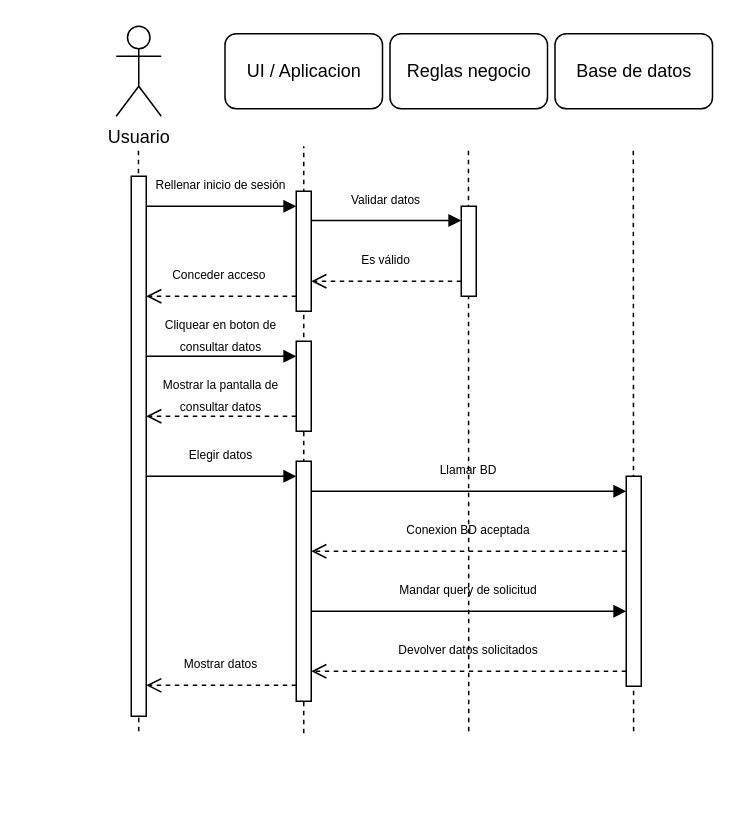
Earlier version of the draw.io diagram Entornos/Diagrama_Secuencia_ConsultaDeDatos.drawio (JVilluendas/Proyecto_jGYM). Source tidied: cells renumbered, new cells numbered last; positions are measured from the earlier drawing's top-left corner, leaving out a move shared by most shapes. Both pictures are drawn from the tidied source at 150%, with x=0, y=0 at pixel (116, 26).
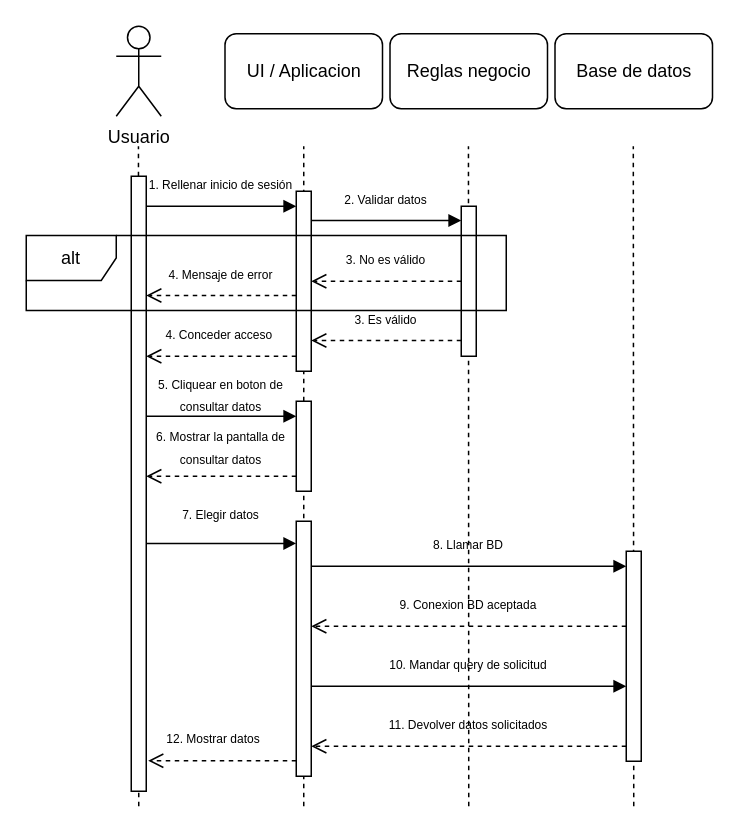
Above is the later version.

Commit message (it also covers changes not shown here):
actualizacion final xfa

What changed in the source:
```diff
@@
+    <mxCell id="40" style="endArrow=none;dashed=1;html=1;rounded=0;" parent="1" edge="1" target="12">
+      <mxGeometry relative="1" as="geometry">
+        <mxPoint x="125" y="520" as="sourcePoint" />
+      </mxGeometry>
+    </mxCell>
     <mxCell id="2" style="endArrow=none;dashed=1;html=1;rounded=0;strokeWidth=1;endSize=6;jumpSize=6;" parent="1" edge="1">
       <mxGeometry relative="1" as="geometry">
-        <mxPoint x="344.9" y="470" as="sourcePoint" />
+        <mxPoint x="345" y="520" as="sourcePoint" />
         <mxPoint x="344.7" y="80" as="targetPoint" />
       </mxGeometry>
     </mxCell>
     <mxCell id="3" style="endArrow=none;dashed=1;html=1;rounded=0;strokeWidth=1;endSize=6;jumpSize=6;" parent="1" edge="1">
       <mxGeometry relative="1" as="geometry">
-        <mxPoint x="235" y="470" as="sourcePoint" />
+        <mxPoint x="235" y="520" as="sourcePoint" />
         <mxPoint x="234.8" y="80" as="targetPoint" />
       </mxGeometry>
     </mxCell>
     <mxCell id="4" style="endArrow=none;dashed=1;html=1;rounded=0;" parent="1" edge="1">
       <mxGeometry relative="1" as="geometry">
-        <mxPoint x="15" y="470" as="sourcePoint" />
+        <mxPoint x="15" y="520" as="sourcePoint" />
         <mxPoint x="14.8" y="80" as="targetPoint" />
       </mxGeometry>
     </mxCell>
-    <mxCell id="5" style="endArrow=none;dashed=1;html=1;rounded=0;" parent="1" edge="1">
+    <mxCell id="5" style="endArrow=none;dashed=1;html=1;rounded=0;" parent="1" edge="1" source="12">
       <mxGeometry relative="1" as="geometry">
-        <mxPoint x="125" y="471.4" as="sourcePoint" />
         <mxPoint x="125" y="80" as="targetPoint" />
       </mxGeometry>
     </mxCell>
@@
     <mxCell id="7" style="html=1;points=[[0,0,0,0,5],[0,1,0,0,-5],[1,0,0,0,5],[1,1,0,0,-5]];perimeter=orthogonalPerimeter;outlineConnect=0;targetShapes=umlLifeline;portConstraint=eastwest;newEdgeStyle={&quot;curved&quot;:0,&quot;rounded&quot;:0};" parent="1" vertex="1">
-      <mxGeometry x="10" y="100" width="10" height="360" as="geometry" />
+      <mxGeometry x="10" y="100" width="10" height="410" as="geometry" />
     </mxCell>
     <mxCell id="8" style="html=1;perimeter=orthogonalPerimeter;targetShapes=umlLifeline;newEdgeStyle={&quot;curved&quot;:0,&quot;rounded&quot;:0};" parent="1" vertex="1">
-      <mxGeometry x="120" y="110" width="10" height="80" as="geometry" />
+      <mxGeometry x="120" y="110" width="10" height="120" as="geometry" />
     </mxCell>
@@
     <mxCell id="10" style="html=1;perimeter=orthogonalPerimeter;targetShapes=umlLifeline;newEdgeStyle={&quot;curved&quot;:0,&quot;rounded&quot;:0};" parent="1" vertex="1">
-      <mxGeometry x="230" y="120" width="10" height="60" as="geometry" />
+      <mxGeometry x="230" y="120" width="10" height="100" as="geometry" />
     </mxCell>
@@
-    <mxCell id="12" style="html=1;points=[[0,0,0,0,5],[0,1,0,0,-5],[1,0,0,0,5],[1,1,0,0,-5]];perimeter=orthogonalPerimeter;outlineConnect=0;targetShapes=umlLifeline;portConstraint=eastwest;newEdgeStyle={&quot;curved&quot;:0,&quot;rounded&quot;:0};" parent="1" vertex="1">
-      <mxGeometry x="120" y="210" width="10" height="60" as="geometry" />
-    </mxCell>
     <mxCell id="13" style="endArrow=block;endFill=1;html=1;edgeStyle=orthogonalEdgeStyle;align=left;verticalAlign=top;rounded=0;" parent="1" edge="1">
       <mxGeometry x="-1" relative="1" as="geometry">
-        <mxPoint x="20" y="220" as="sourcePoint" />
-        <mxPoint x="120" y="220" as="targetPoint" />
+        <mxPoint x="20" y="260" as="sourcePoint" />
+        <mxPoint x="120" y="260" as="targetPoint" />
       </mxGeometry>
     </mxCell>
     <mxCell id="14" style="endArrow=block;endFill=1;html=1;edgeStyle=orthogonalEdgeStyle;align=left;verticalAlign=top;rounded=0;" parent="1" edge="1">
       <mxGeometry x="-1" relative="1" as="geometry">
-        <mxPoint x="20" y="300" as="sourcePoint" />
-        <mxPoint x="120" y="300" as="targetPoint" />
+        <mxPoint x="20" y="344.8" as="sourcePoint" />
+        <mxPoint x="120" y="344.8" as="targetPoint" />
       </mxGeometry>
     </mxCell>
     <mxCell id="15" style="html=1;points=[[0,0,0,0,5],[0,1,0,0,-5],[1,0,0,0,5],[1,1,0,0,-5]];perimeter=orthogonalPerimeter;outlineConnect=0;targetShapes=umlLifeline;portConstraint=eastwest;newEdgeStyle={&quot;curved&quot;:0,&quot;rounded&quot;:0};" parent="1" vertex="1">
-      <mxGeometry x="120" y="290" width="10" height="160" as="geometry" />
+      <mxGeometry x="120" y="330" width="10" height="170" as="geometry" />
     </mxCell>
     <mxCell id="16" style="html=1;points=[[0,0,0,0,5],[0,1,0,0,-5],[1,0,0,0,5],[1,1,0,0,-5]];perimeter=orthogonalPerimeter;outlineConnect=0;targetShapes=umlLifeline;portConstraint=eastwest;newEdgeStyle={&quot;curved&quot;:0,&quot;rounded&quot;:0};" parent="1" vertex="1">
-      <mxGeometry x="340" y="300" width="10" height="140" as="geometry" />
+      <mxGeometry x="340" y="350" width="10" height="140" as="geometry" />
     </mxCell>
     <mxCell id="17" style="endArrow=block;endFill=1;html=1;edgeStyle=orthogonalEdgeStyle;align=left;verticalAlign=top;rounded=0;" parent="1" edge="1">
       <mxGeometry x="-1" relative="1" as="geometry">
-        <mxPoint x="130" y="310" as="sourcePoint" />
-        <mxPoint x="340" y="310" as="targetPoint" />
+        <mxPoint x="130" y="360" as="sourcePoint" />
+        <mxPoint x="340" y="360" as="targetPoint" />
       </mxGeometry>
     </mxCell>
     <mxCell id="18" style="endArrow=block;endFill=1;html=1;edgeStyle=orthogonalEdgeStyle;align=left;verticalAlign=top;rounded=0;" parent="1" edge="1">
       <mxGeometry x="-1" relative="1" as="geometry">
-        <mxPoint x="130" y="390" as="sourcePoint" />
-        <mxPoint x="340" y="390" as="targetPoint" />
+        <mxPoint x="130" y="440" as="sourcePoint" />
+        <mxPoint x="340" y="440" as="targetPoint" />
       </mxGeometry>
     </mxCell>
-    <mxCell id="19" style="html=1;verticalAlign=bottom;endArrow=open;dashed=1;endSize=8;curved=0;rounded=0;" parent="1" edge="1" target="7">
+    <mxCell id="19" style="html=1;verticalAlign=bottom;endArrow=open;dashed=1;endSize=8;curved=0;rounded=0;" parent="1" edge="1">
       <mxGeometry relative="1" as="geometry">
-        <mxPoint x="120" y="180" as="sourcePoint" />
+        <mxPoint x="120" y="220" as="sourcePoint" />
+        <mxPoint x="20" y="220" as="targetPoint" />
       </mxGeometry>
     </mxCell>
@@
     <mxCell id="21" style="html=1;verticalAlign=bottom;endArrow=open;dashed=1;endSize=8;curved=0;rounded=0;" parent="1" edge="1">
       <mxGeometry relative="1" as="geometry">
-        <mxPoint x="120" y="260" as="sourcePoint" />
-        <mxPoint x="20" y="260" as="targetPoint" />
+        <mxPoint x="120" y="300" as="sourcePoint" />
+        <mxPoint x="20" y="300" as="targetPoint" />
       </mxGeometry>
     </mxCell>
     <mxCell id="22" style="html=1;verticalAlign=bottom;endArrow=open;dashed=1;endSize=8;curved=0;rounded=0;" parent="1" edge="1" source="16">
       <mxGeometry relative="1" as="geometry">
-        <mxPoint x="130" y="350" as="targetPoint" />
+        <mxPoint x="130" y="400" as="targetPoint" />
       </mxGeometry>
     </mxCell>
     <mxCell id="23" style="html=1;verticalAlign=bottom;endArrow=open;dashed=1;endSize=8;curved=0;rounded=0;" parent="1" edge="1">
       <mxGeometry relative="1" as="geometry">
-        <mxPoint x="340" y="430" as="sourcePoint" />
-        <mxPoint x="130" y="430" as="targetPoint" />
+        <mxPoint x="340" y="480" as="sourcePoint" />
+        <mxPoint x="130" y="480" as="targetPoint" />
       </mxGeometry>
     </mxCell>
-    <mxCell id="24" style="html=1;verticalAlign=bottom;endArrow=open;dashed=1;endSize=8;curved=0;rounded=0;" parent="1" edge="1">
-      <mxGeometry relative="1" as="geometry">
-        <mxPoint x="120" y="439.4" as="sourcePoint" />
-        <mxPoint x="20" y="439.4" as="targetPoint" />
-      </mxGeometry>
+    <mxCell id="24" style="html=1;verticalAlign=bottom;endArrow=open;dashed=1;endSize=8;curved=0;rounded=0;entryX=0.063;entryY=1.008;entryDx=0;entryDy=0;entryPerimeter=0;" parent="1" edge="1" source="15" target="36">
+      <mxGeometry relative="1" as="geometry" />
     </mxCell>
-    <mxCell id="25" value="&lt;font style=&quot;font-size: 8px;&quot;&gt;Rellenar inicio de sesión&lt;/font&gt;" style="text;html=1;align=center;verticalAlign=middle;whiteSpace=wrap;rounded=0;" parent="1" vertex="1">
+    <mxCell id="25" value="&lt;font style=&quot;font-size: 8px;&quot;&gt;1. Rellenar inicio de sesión&lt;/font&gt;" style="text;html=1;align=center;verticalAlign=middle;whiteSpace=wrap;rounded=0;" parent="1" vertex="1">
       <mxGeometry x="20" y="90" width="100" height="30" as="geometry" />
     </mxCell>
-    <mxCell id="26" value="&lt;font style=&quot;font-size: 8px;&quot;&gt;Validar datos&lt;/font&gt;" style="text;html=1;align=center;verticalAlign=middle;whiteSpace=wrap;rounded=0;" parent="1" vertex="1">
+    <mxCell id="26" value="&lt;font style=&quot;font-size: 8px;&quot;&gt;2. Validar datos&lt;/font&gt;" style="text;html=1;align=center;verticalAlign=middle;whiteSpace=wrap;rounded=0;" parent="1" vertex="1">
       <mxGeometry x="130" y="100" width="100" height="30" as="geometry" />
     </mxCell>
-    <mxCell id="27" value="&lt;font style=&quot;font-size: 8px;&quot;&gt;Es válido&lt;/font&gt;" style="text;html=1;align=center;verticalAlign=middle;whiteSpace=wrap;rounded=0;" parent="1" vertex="1">
+    <mxCell id="27" value="&lt;font style=&quot;font-size: 8px;&quot;&gt;3. No es válido&lt;/font&gt;" style="text;html=1;align=center;verticalAlign=middle;whiteSpace=wrap;rounded=0;" parent="1" vertex="1">
       <mxGeometry x="130" y="140" width="100" height="30" as="geometry" />
     </mxCell>
-    <mxCell id="28" value="&lt;font style=&quot;font-size: 8px;&quot;&gt;Conceder acceso&amp;nbsp;&lt;/font&gt;" style="text;html=1;align=center;verticalAlign=middle;whiteSpace=wrap;rounded=0;" parent="1" vertex="1">
-      <mxGeometry x="20" y="150" width="100" height="30" as="geometry" />
+    <mxCell id="28" value="&lt;font style=&quot;font-size: 8px;&quot;&gt;4. Conceder acceso&amp;nbsp;&lt;/font&gt;" style="text;html=1;align=center;verticalAlign=middle;whiteSpace=wrap;rounded=0;" parent="1" vertex="1">
+      <mxGeometry x="20" y="190" width="100" height="30" as="geometry" />
     </mxCell>
-    <mxCell id="29" value="&lt;span style=&quot;font-size: 8px;&quot;&gt;Cliquear en boton de consultar datos&lt;/span&gt;" style="text;html=1;align=center;verticalAlign=middle;whiteSpace=wrap;rounded=0;" parent="1" vertex="1">
-      <mxGeometry x="20" y="190" width="100" height="30" as="geometry" />
+    <mxCell id="29" value="&lt;span style=&quot;font-size: 8px;&quot;&gt;5. Cliquear en boton de consultar datos&lt;/span&gt;" style="text;html=1;align=center;verticalAlign=middle;whiteSpace=wrap;rounded=0;" parent="1" vertex="1">
+      <mxGeometry x="20" y="230" width="100" height="30" as="geometry" />
     </mxCell>
-    <mxCell id="30" value="&lt;span style=&quot;font-size: 8px;&quot;&gt;Mostrar la pantalla de consultar datos&lt;/span&gt;" style="text;html=1;align=center;verticalAlign=middle;whiteSpace=wrap;rounded=0;" parent="1" vertex="1">
-      <mxGeometry x="20" y="230" width="100" height="30" as="geometry" />
+    <mxCell id="30" value="&lt;span style=&quot;font-size: 8px;&quot;&gt;6. Mostrar la pantalla de consultar datos&lt;/span&gt;" style="text;html=1;align=center;verticalAlign=middle;whiteSpace=wrap;rounded=0;" parent="1" vertex="1">
+      <mxGeometry x="20" y="265" width="100" height="30" as="geometry" />
     </mxCell>
-    <mxCell id="31" value="&lt;span style=&quot;font-size: 8px;&quot;&gt;Elegir datos&lt;/span&gt;" style="text;html=1;align=center;verticalAlign=middle;whiteSpace=wrap;rounded=0;" parent="1" vertex="1">
-      <mxGeometry x="20" y="270" width="100" height="30" as="geometry" />
+    <mxCell id="31" value="&lt;span style=&quot;font-size: 8px;&quot;&gt;7. Elegir datos&lt;/span&gt;" style="text;html=1;align=center;verticalAlign=middle;whiteSpace=wrap;rounded=0;" parent="1" vertex="1">
+      <mxGeometry x="20" y="310" width="100" height="30" as="geometry" />
     </mxCell>
-    <mxCell id="32" value="&lt;span style=&quot;font-size: 8px;&quot;&gt;Llamar BD&lt;/span&gt;" style="text;html=1;align=center;verticalAlign=middle;whiteSpace=wrap;rounded=0;" parent="1" vertex="1">
-      <mxGeometry x="130" y="280" width="210" height="30" as="geometry" />
+    <mxCell id="32" value="&lt;span style=&quot;font-size: 8px;&quot;&gt;8. Llamar BD&lt;/span&gt;" style="text;html=1;align=center;verticalAlign=middle;whiteSpace=wrap;rounded=0;" parent="1" vertex="1">
+      <mxGeometry x="130" y="330" width="210" height="30" as="geometry" />
     </mxCell>
-    <mxCell id="33" value="&lt;span style=&quot;font-size: 8px;&quot;&gt;Conexion BD aceptada&lt;/span&gt;" style="text;html=1;align=center;verticalAlign=middle;whiteSpace=wrap;rounded=0;" parent="1" vertex="1">
-      <mxGeometry x="130" y="320" width="210" height="30" as="geometry" />
+    <mxCell id="33" value="&lt;span style=&quot;font-size: 8px;&quot;&gt;9. Conexion BD aceptada&lt;/span&gt;" style="text;html=1;align=center;verticalAlign=middle;whiteSpace=wrap;rounded=0;" parent="1" vertex="1">
+      <mxGeometry x="130" y="370" width="210" height="30" as="geometry" />
     </mxCell>
-    <mxCell id="34" value="&lt;span style=&quot;font-size: 8px;&quot;&gt;Mandar query de solicitud&lt;/span&gt;" style="text;html=1;align=center;verticalAlign=middle;whiteSpace=wrap;rounded=0;" parent="1" vertex="1">
-      <mxGeometry x="130" y="360" width="210" height="30" as="geometry" />
+    <mxCell id="34" value="&lt;span style=&quot;font-size: 8px;&quot;&gt;10. Mandar query de solicitud&lt;/span&gt;" style="text;html=1;align=center;verticalAlign=middle;whiteSpace=wrap;rounded=0;" parent="1" vertex="1">
+      <mxGeometry x="130" y="410" width="210" height="30" as="geometry" />
     </mxCell>
-    <mxCell id="35" value="&lt;span style=&quot;font-size: 8px;&quot;&gt;Devolver datos solicitados&lt;/span&gt;" style="text;html=1;align=center;verticalAlign=middle;whiteSpace=wrap;rounded=0;" parent="1" vertex="1">
-      <mxGeometry x="130" y="400" width="210" height="30" as="geometry" />
+    <mxCell id="35" value="&lt;span style=&quot;font-size: 8px;&quot;&gt;11. Devolver datos solicitados&lt;/span&gt;" style="text;html=1;align=center;verticalAlign=middle;whiteSpace=wrap;rounded=0;" parent="1" vertex="1">
+      <mxGeometry x="130" y="450" width="210" height="30" as="geometry" />
     </mxCell>
-    <mxCell id="36" value="&lt;span style=&quot;font-size: 8px;&quot;&gt;Mostrar datos&lt;/span&gt;" style="text;html=1;align=center;verticalAlign=middle;whiteSpace=wrap;rounded=0;" parent="1" vertex="1">
-      <mxGeometry x="20" y="409.4" width="100" height="30" as="geometry" />
+    <mxCell id="36" value="&lt;span style=&quot;font-size: 8px;&quot;&gt;12. Mostrar datos&lt;/span&gt;" style="text;html=1;align=center;verticalAlign=middle;whiteSpace=wrap;rounded=0;" parent="1" vertex="1">
+      <mxGeometry x="15" y="459.4" width="100" height="30" as="geometry" />
     </mxCell>
@@
+    <mxCell id="41" value="&lt;font style=&quot;font-size: 8px;&quot;&gt;3. Es válido&lt;/font&gt;" style="text;html=1;align=center;verticalAlign=middle;whiteSpace=wrap;rounded=0;" parent="1" vertex="1">
+      <mxGeometry x="130" y="180" width="100" height="30" as="geometry" />
+    </mxCell>
+    <mxCell id="42" style="html=1;verticalAlign=bottom;endArrow=open;dashed=1;endSize=8;curved=0;rounded=0;" parent="1" edge="1">
+      <mxGeometry relative="1" as="geometry">
+        <mxPoint x="230" y="209.5" as="sourcePoint" />
+        <mxPoint x="130" y="209.5" as="targetPoint" />
+      </mxGeometry>
+    </mxCell>
+    <mxCell id="43" style="html=1;verticalAlign=bottom;endArrow=open;dashed=1;endSize=8;curved=0;rounded=0;" parent="1" edge="1">
+      <mxGeometry relative="1" as="geometry">
+        <mxPoint x="120" y="179.5" as="sourcePoint" />
+        <mxPoint x="20" y="179.5" as="targetPoint" />
+      </mxGeometry>
+    </mxCell>
+    <mxCell id="44" value="&lt;font style=&quot;font-size: 8px;&quot;&gt;4. Mensaje de error&lt;/font&gt;" style="text;html=1;align=center;verticalAlign=middle;whiteSpace=wrap;rounded=0;" parent="1" vertex="1">
+      <mxGeometry x="20" y="149.5" width="100" height="30" as="geometry" />
+    </mxCell>
+    <mxCell id="12" style="html=1;points=[[0,0,0,0,5],[0,1,0,0,-5],[1,0,0,0,5],[1,1,0,0,-5]];perimeter=orthogonalPerimeter;outlineConnect=0;targetShapes=umlLifeline;portConstraint=eastwest;newEdgeStyle={&quot;curved&quot;:0,&quot;rounded&quot;:0};" parent="1" vertex="1">
+      <mxGeometry x="120" y="250" width="10" height="60" as="geometry" />
+    </mxCell>
+    <mxCell id="45" value="alt" style="shape=umlFrame;whiteSpace=wrap;html=1;" parent="1" vertex="1">
+      <mxGeometry x="-60" y="139.5" width="320" height="50" as="geometry" />
+    </mxCell>
```
